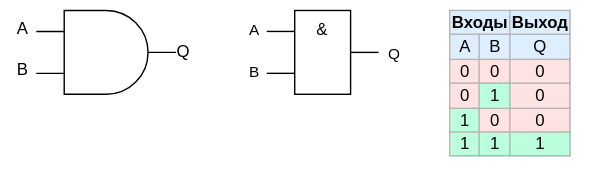
MPSU/APS keeps this draw.io diagram as .pic/Introduction/How FPGA works/fig_01.drawio.svg. Above is the earlier version. Source tidied: cells renumbered, new cells last; positions are measured from the earlier drawing's top-left corner, leaving out a move shared by most shapes.
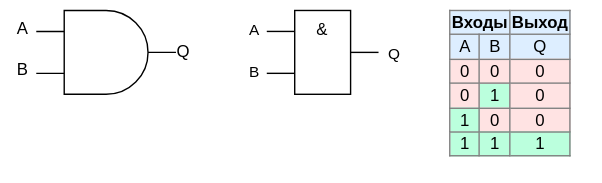
Later version of the same file.

Change to the diagram source:
```diff
@@ -47,7 +47,7 @@
     <mxCell id="12" value="&amp;amp;" style="rounded=0;whiteSpace=wrap;html=1;horizontal=1;verticalAlign=top;" parent="1" vertex="1">
       <mxGeometry x="210" y="7" width="40" height="60" as="geometry" />
     </mxCell>
-    <mxCell id="13" value="&lt;table border=&quot;1&quot; class=&quot;wikitable&quot; style=&quot;float: right; text-align: center; border: 1px solid rgb(179, 179, 179); border-collapse: collapse;&quot;&gt;&lt;tbody&gt;&lt;tr style=&quot;background:#def;&quot;&gt;&lt;td colspan=&quot;2&quot;&gt;&lt;b&gt;Входы&lt;/b&gt;&lt;/td&gt;&lt;td&gt;&lt;b&gt;Выход&lt;/b&gt;&lt;br&gt;&lt;/td&gt;&lt;/tr&gt;&lt;tr style=&quot;background:#def;&quot;&gt;&lt;td&gt;A&lt;/td&gt;&lt;td&gt;B&lt;/td&gt;&lt;td&gt;Q&lt;br&gt;&lt;/td&gt;&lt;/tr&gt;&lt;tr&gt;&lt;td style=&quot;background: #FFE3E3; color: black; vertical-align: middle; text-align: center;&quot; class=&quot;table-no2&quot;&gt;0&lt;/td&gt;&lt;td style=&quot;background: #FFE3E3; color: black; vertical-align: middle; text-align: center;&quot; class=&quot;table-no2&quot;&gt;0&lt;/td&gt;&lt;td style=&quot;background: #FFE3E3; color: black; vertical-align: middle; text-align: center;&quot; class=&quot;table-no2&quot;&gt;0&lt;br&gt;&lt;/td&gt;&lt;/tr&gt;&lt;tr&gt;&lt;td style=&quot;background: #FFE3E3; color: black; vertical-align: middle; text-align: center;&quot; class=&quot;table-no2&quot;&gt;0&lt;/td&gt;&lt;td style=&quot;background:#bfd; color:black; vertical-align:middle; text-align:center;&quot; class=&quot;table-yes2&quot;&gt;1&lt;/td&gt;&lt;td border=&quot;1&quot; style=&quot;background: rgb(255, 227, 227); color: black; vertical-align: middle; text-align: center; border-collapse: collapse;&quot; class=&quot;table-no2&quot;&gt;&lt;span style=&quot;&quot;&gt;0&lt;/span&gt;&lt;br&gt;&lt;/td&gt;&lt;/tr&gt;&lt;tr&gt;&lt;td style=&quot;background:#bfd; color:black; vertical-align:middle; text-align:center;&quot; class=&quot;table-yes2&quot;&gt;1&lt;/td&gt;&lt;td style=&quot;background: #FFE3E3; color: black; vertical-align: middle; text-align: center;&quot; class=&quot;table-no2&quot;&gt;0&lt;/td&gt;&lt;td style=&quot;background: rgb(255, 227, 227); color: black; vertical-align: middle; text-align: center;&quot; class=&quot;table-no2&quot;&gt;0&lt;br&gt;&lt;/td&gt;&lt;/tr&gt;&lt;tr&gt;&lt;td style=&quot;background:#bfd; color:black; vertical-align:middle; text-align:center;&quot; class=&quot;table-yes2&quot;&gt;1&lt;/td&gt;&lt;td style=&quot;background:#bfd; color:black; vertical-align:middle; text-align:center;&quot; class=&quot;table-yes2&quot;&gt;1&lt;/td&gt;&lt;td style=&quot;background: rgb(187, 255, 221); color: black; vertical-align: middle; text-align: center;&quot; class=&quot;table-yes2&quot;&gt;1&lt;br&gt;&lt;/td&gt;&lt;/tr&gt;&lt;/tbody&gt;&lt;/table&gt;" style="text;whiteSpace=wrap;html=1;strokeColor=none;" parent="1" vertex="1">
+    <mxCell id="13" value="&lt;table border=&quot;1&quot; class=&quot;wikitable&quot; style=&quot;float: right; text-align: center; border: 1px solid rgb(128, 128, 128); border-collapse: collapse;&quot;&gt;&lt;tbody&gt;&lt;tr style=&quot;background:#def;&quot;&gt;&lt;td colspan=&quot;2&quot; style=&quot;border: 1px solid rgb(128, 128, 128);&quot;&gt;&lt;b&gt;Входы&lt;/b&gt;&lt;/td&gt;&lt;td style=&quot;border: 1px solid rgb(128, 128, 128);&quot;&gt;&lt;b&gt;Выход&lt;/b&gt;&lt;br&gt;&lt;/td&gt;&lt;/tr&gt;&lt;tr style=&quot;background:#def;&quot;&gt;&lt;td style=&quot;border: 1px solid rgb(128, 128, 128);&quot;&gt;A&lt;/td&gt;&lt;td style=&quot;border: 1px solid rgb(128, 128, 128);&quot;&gt;B&lt;/td&gt;&lt;td style=&quot;border: 1px solid rgb(128, 128, 128);&quot;&gt;Q&lt;br&gt;&lt;/td&gt;&lt;/tr&gt;&lt;tr&gt;&lt;td style=&quot;background: #FFE3E3; color: black; vertical-align: middle; text-align: center; border: 1px solid rgb(128, 128, 128);&quot; class=&quot;table-no2&quot;&gt;0&lt;/td&gt;&lt;td style=&quot;background: #FFE3E3; color: black; vertical-align: middle; text-align: center; border: 1px solid rgb(128, 128, 128);&quot; class=&quot;table-no2&quot;&gt;0&lt;/td&gt;&lt;td style=&quot;background: #FFE3E3; color: black; vertical-align: middle; text-align: center; border: 1px solid rgb(128, 128, 128);&quot; class=&quot;table-no2&quot;&gt;0&lt;br&gt;&lt;/td&gt;&lt;/tr&gt;&lt;tr&gt;&lt;td style=&quot;background: #FFE3E3; color: black; vertical-align: middle; text-align: center; border: 1px solid rgb(128, 128, 128);&quot; class=&quot;table-no2&quot;&gt;0&lt;/td&gt;&lt;td style=&quot;background:#bfd; color:black; vertical-align:middle; text-align:center; border: 1px solid rgb(128, 128, 128);&quot; class=&quot;table-yes2&quot;&gt;1&lt;/td&gt;&lt;td border=&quot;1&quot; style=&quot;background: rgb(255, 227, 227); color: black; vertical-align: middle; text-align: center; border-collapse: collapse; border: 1px solid rgb(128, 128, 128);&quot; class=&quot;table-no2&quot;&gt;&lt;span style=&quot;&quot;&gt;0&lt;/span&gt;&lt;br&gt;&lt;/td&gt;&lt;/tr&gt;&lt;tr&gt;&lt;td style=&quot;background:#bfd; color:black; vertical-align:middle; text-align:center; border: 1px solid rgb(128, 128, 128);&quot; class=&quot;table-yes2&quot;&gt;1&lt;/td&gt;&lt;td style=&quot;background: #FFE3E3; color: black; vertical-align: middle; text-align: center; border: 1px solid rgb(128, 128, 128);&quot; class=&quot;table-no2&quot;&gt;0&lt;/td&gt;&lt;td style=&quot;background: rgb(255, 227, 227); color: black; vertical-align: middle; text-align: center; border: 1px solid rgb(128, 128, 128);&quot; class=&quot;table-no2&quot;&gt;0&lt;br&gt;&lt;/td&gt;&lt;/tr&gt;&lt;tr&gt;&lt;td style=&quot;background:#bfd; color:black; vertical-align:middle; text-align:center; border: 1px solid rgb(128, 128, 128);&quot; class=&quot;table-yes2&quot;&gt;1&lt;/td&gt;&lt;td style=&quot;background:#bfd; color:black; vertical-align:middle; text-align:center; border: 1px solid rgb(128, 128, 128);&quot; class=&quot;table-yes2&quot;&gt;1&lt;/td&gt;&lt;td style=&quot;background: rgb(187, 255, 221); color: black; vertical-align: middle; text-align: center; border: 1px solid rgb(128, 128, 128);&quot; class=&quot;table-yes2&quot;&gt;1&lt;br&gt;&lt;/td&gt;&lt;/tr&gt;&lt;/tbody&gt;&lt;/table&gt;" style="text;whiteSpace=wrap;html=1;strokeColor=none;" parent="1" vertex="1">
       <mxGeometry x="319" width="110" height="130" as="geometry" />
     </mxCell>
   </root>
```
